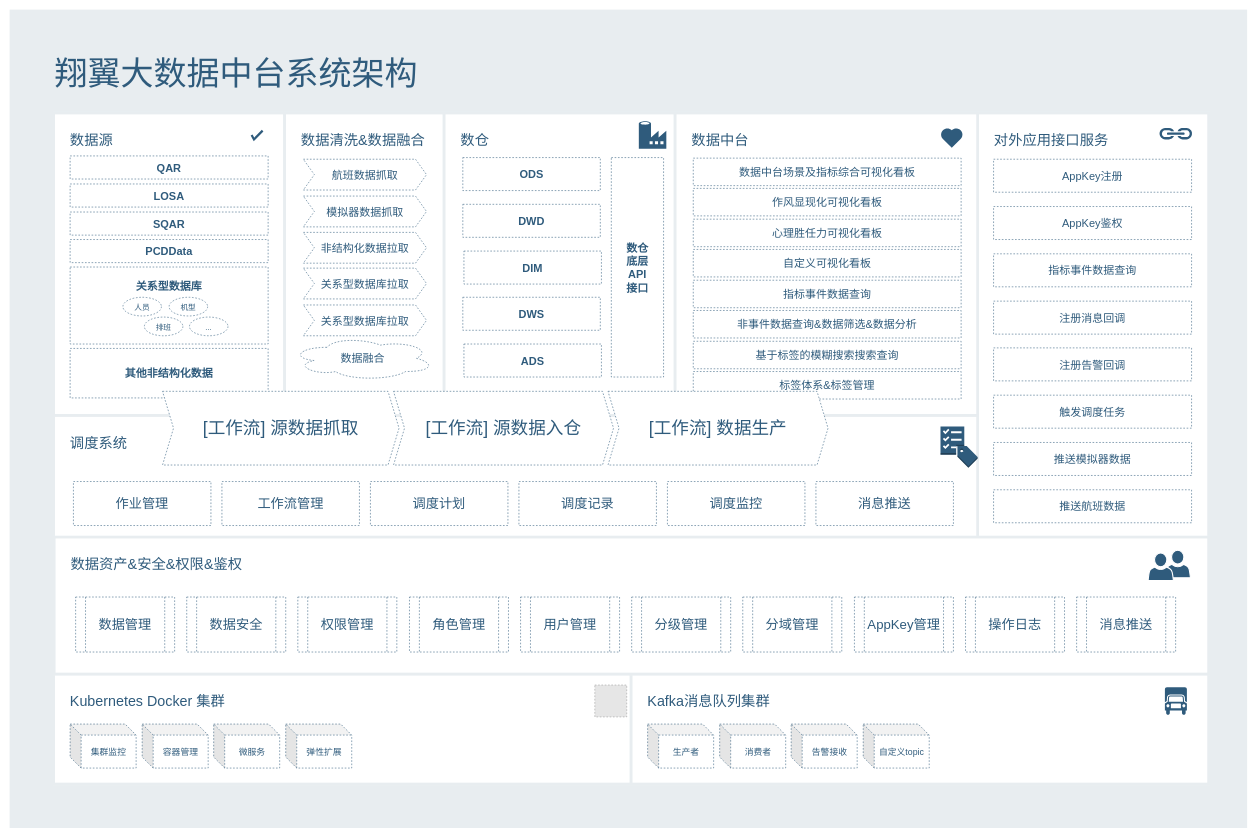
Earlier version of the draw.io diagram xiangyi_datawarehouse.drawio (chruit30/draw.io). Source tidied: cells renumbered, new cells numbered last; positions are measured from the earlier drawing's top-left corner, leaving out a move shared by most shapes. Both pictures are drawn from the tidied source at 55%, with x=0, y=0 at pixel (9, 9). Pictures stored in the file or linked from it are replaced by grey dashed boxes.
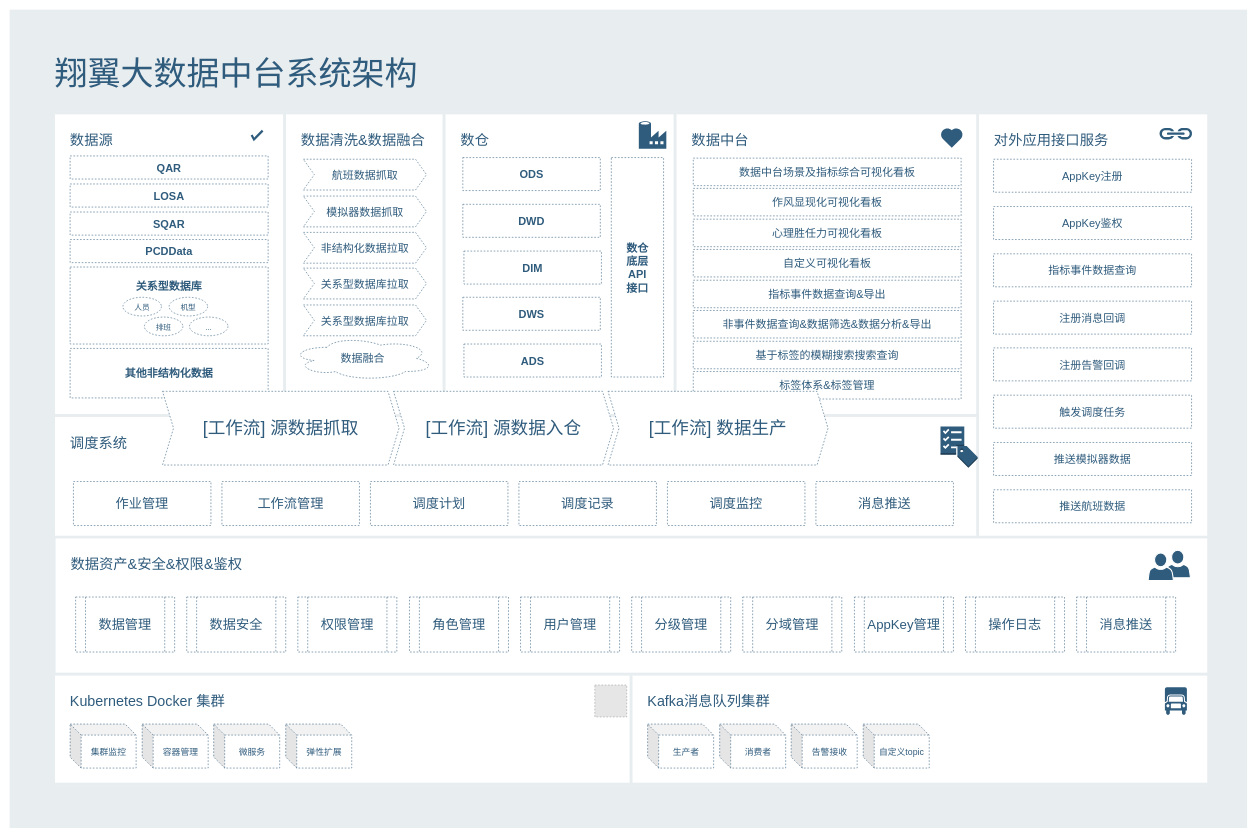
Above is the later version.

Change to the diagram source:
```diff
@@
-    <mxCell id="75" value="&lt;span style=&quot;font-size: 20px;&quot;&gt;非事件数据查询&amp;amp;数据筛选&amp;amp;数据分析&lt;/span&gt;" style="rounded=0;whiteSpace=wrap;html=1;strokeColor=#2F5B7C;dashed=1;fontColor=#2F5B7C;" parent="1" vertex="1">
+    <mxCell id="75" value="&lt;span style=&quot;font-size: 20px;&quot;&gt;非事件数据查询&amp;amp;数据筛选&amp;amp;数据分析&amp;amp;导出&lt;/span&gt;" style="rounded=0;whiteSpace=wrap;html=1;strokeColor=#2F5B7C;dashed=1;fontColor=#2F5B7C;" parent="1" vertex="1">
       <mxGeometry x="1243" y="547" width="487" height="50" as="geometry" />
     </mxCell>
-    <mxCell id="76" value="&lt;span style=&quot;font-size: 20px;&quot;&gt;指标事件数据查询&lt;/span&gt;" style="rounded=0;whiteSpace=wrap;html=1;strokeColor=#2F5B7C;dashed=1;fontColor=#2F5B7C;" parent="1" vertex="1">
+    <mxCell id="76" value="&lt;span style=&quot;font-size: 20px;&quot;&gt;指标事件数据查询&amp;amp;导出&lt;/span&gt;" style="rounded=0;whiteSpace=wrap;html=1;strokeColor=#2F5B7C;dashed=1;fontColor=#2F5B7C;" parent="1" vertex="1">
       <mxGeometry x="1243" y="492" width="487" height="50" as="geometry" />
     </mxCell>
```
